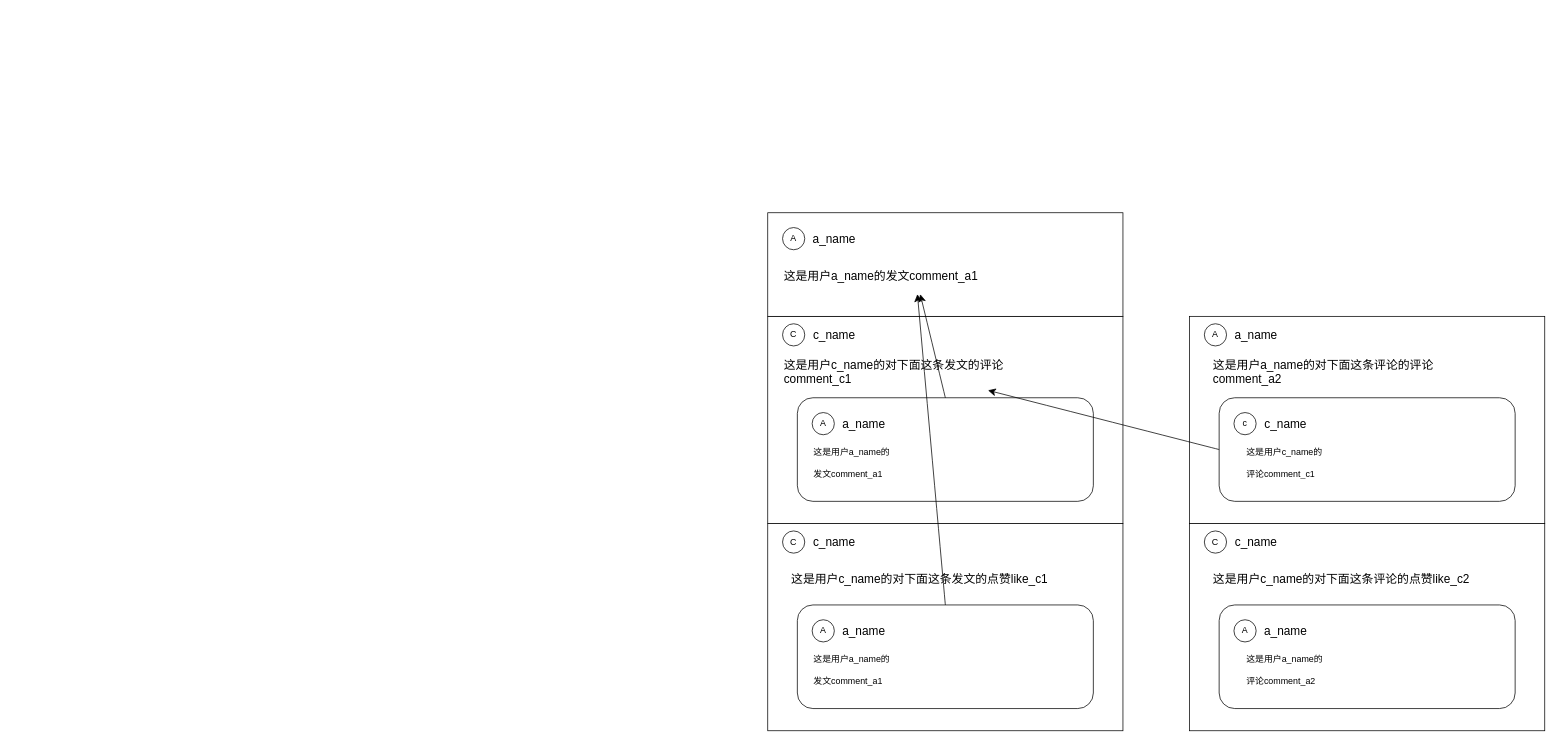
Jomeuan/unibbs keeps this draw.io diagram as page "社区页" (2 of 6) of doc/drawio/unibbs.drawio. Above is the earlier version. Source tidied: cells renumbered, new cells numbered last; positions are measured from the earlier drawing's top-left corner, leaving out a move shared by most shapes. Both pictures are drawn from the tidied source at 74%, with x=0, y=0 at pixel (767, 212).
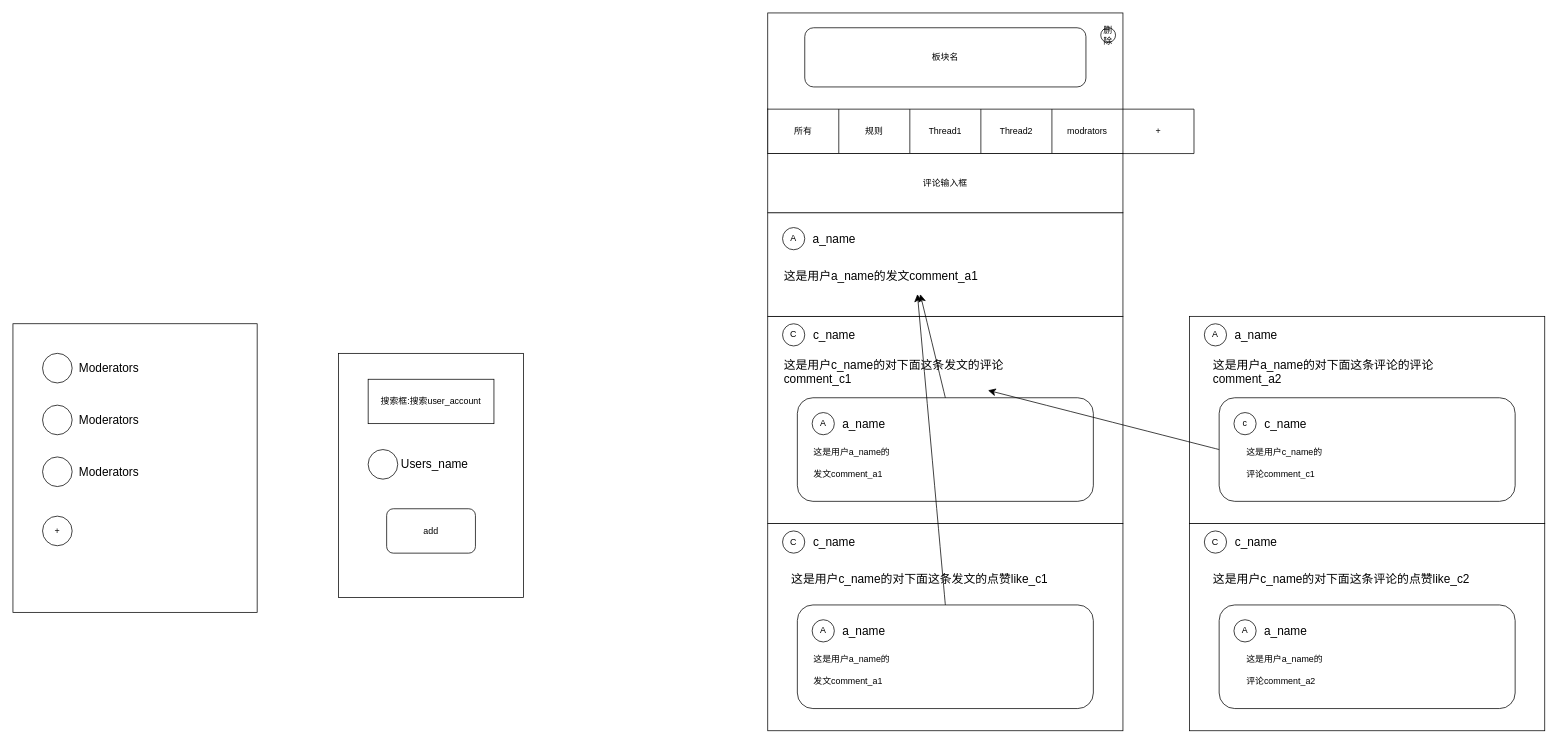
After the change.

Diff of the diagram source:
```diff
@@
+    <mxCell id="47" style="rounded=0;whiteSpace=wrap;html=1;" parent="1" vertex="1">
+      <mxGeometry y="-270" width="480" height="190" as="geometry" />
+    </mxCell>
+    <mxCell id="48" value="板块名" style="rounded=1;whiteSpace=wrap;html=1;" parent="1" vertex="1">
+      <mxGeometry x="50" y="-250" width="380" height="80" as="geometry" />
+    </mxCell>
+    <mxCell id="49" style="shape=table;startSize=0;childLayout=tableLayout;" parent="1" vertex="1">
+      <mxGeometry y="-140" width="576" height="60" as="geometry" />
+    </mxCell>
+    <mxCell id="50" style="shape=tableRow;horizontal=0;startSize=0;swimlaneHead=0;swimlaneBody=0;strokeColor=inherit;top=0;left=0;bottom=0;right=0;fillColor=none;" parent="49" vertex="1">
+      <mxGeometry width="576" height="60" as="geometry" />
+    </mxCell>
+    <mxCell id="51" value="所有" style="shape=partialRectangle;html=1;whiteSpace=wrap;strokeColor=inherit;overflow=hidden;fillColor=none;top=0;left=0;bottom=0;right=0;" parent="50" vertex="1">
+      <mxGeometry width="96" height="60" as="geometry" />
+    </mxCell>
+    <mxCell id="52" value="规则" style="shape=partialRectangle;html=1;whiteSpace=wrap;strokeColor=inherit;overflow=hidden;fillColor=none;top=0;left=0;bottom=0;right=0;" parent="50" vertex="1">
+      <mxGeometry x="96" width="96" height="60" as="geometry" />
+    </mxCell>
+    <mxCell id="53" value="Thread1" style="shape=partialRectangle;html=1;whiteSpace=wrap;strokeColor=inherit;overflow=hidden;fillColor=none;top=0;left=0;bottom=0;right=0;" parent="50" vertex="1">
+      <mxGeometry x="192" width="96" height="60" as="geometry" />
+    </mxCell>
+    <mxCell id="54" value="Thread2" style="shape=partialRectangle;html=1;whiteSpace=wrap;strokeColor=inherit;overflow=hidden;fillColor=none;top=0;left=0;bottom=0;right=0;" parent="50" vertex="1">
+      <mxGeometry x="288" width="96" height="60" as="geometry" />
+    </mxCell>
+    <mxCell id="55" value="modrators" style="shape=partialRectangle;html=1;whiteSpace=wrap;strokeColor=inherit;overflow=hidden;fillColor=none;top=0;left=0;bottom=0;right=0;" parent="50" vertex="1">
+      <mxGeometry x="384" width="96" height="60" as="geometry" />
+    </mxCell>
+    <mxCell id="56" value="+" style="shape=partialRectangle;html=1;whiteSpace=wrap;strokeColor=inherit;overflow=hidden;fillColor=none;top=0;left=0;bottom=0;right=0;" parent="50" vertex="1">
+      <mxGeometry x="480" width="96" height="60" as="geometry" />
+    </mxCell>
+    <mxCell id="57" style="group;" parent="1" vertex="1">
+      <mxGeometry x="-1020" y="150" width="330" height="390" as="geometry" />
+    </mxCell>
+    <mxCell id="58" style="rounded=0;whiteSpace=wrap;html=1;" parent="57" vertex="1">
+      <mxGeometry width="330" height="390" as="geometry" />
+    </mxCell>
+    <mxCell id="59" style="group;" parent="57" vertex="1">
+      <mxGeometry x="40" y="40" width="120" height="40" as="geometry" />
+    </mxCell>
+    <mxCell id="60" style="ellipse;whiteSpace=wrap;html=1;" parent="59" vertex="1">
+      <mxGeometry width="40" height="40" as="geometry" />
+    </mxCell>
+    <mxCell id="61" value="Moderators" style="text;html=1;align=center;verticalAlign=middle;whiteSpace=wrap;rounded=0;fontSize=16;" parent="59" vertex="1">
+      <mxGeometry x="60" y="5" width="60" height="30" as="geometry" />
+    </mxCell>
+    <mxCell id="62" style="group;" parent="57" vertex="1">
+      <mxGeometry x="40" y="110" width="120" height="40" as="geometry" />
+    </mxCell>
+    <mxCell id="63" style="ellipse;whiteSpace=wrap;html=1;" parent="62" vertex="1">
+      <mxGeometry width="40" height="40" as="geometry" />
+    </mxCell>
+    <mxCell id="64" value="Moderators" style="text;html=1;align=center;verticalAlign=middle;whiteSpace=wrap;rounded=0;fontSize=16;" parent="62" vertex="1">
+      <mxGeometry x="60" y="5" width="60" height="30" as="geometry" />
+    </mxCell>
+    <mxCell id="65" style="group;" parent="57" vertex="1">
+      <mxGeometry x="40" y="180" width="120" height="40" as="geometry" />
+    </mxCell>
+    <mxCell id="66" style="ellipse;whiteSpace=wrap;html=1;" parent="65" vertex="1">
+      <mxGeometry width="40" height="40" as="geometry" />
+    </mxCell>
+    <mxCell id="67" value="Moderators" style="text;html=1;align=center;verticalAlign=middle;whiteSpace=wrap;rounded=0;fontSize=16;" parent="65" vertex="1">
+      <mxGeometry x="60" y="5" width="60" height="30" as="geometry" />
+    </mxCell>
+    <mxCell id="68" value="+" style="ellipse;whiteSpace=wrap;html=1;" parent="57" vertex="1">
+      <mxGeometry x="40" y="260" width="40" height="40" as="geometry" />
+    </mxCell>
+    <mxCell id="69" style="group;" parent="1" vertex="1">
+      <mxGeometry x="-580" y="190" width="250" height="330" as="geometry" />
+    </mxCell>
+    <mxCell id="70" style="rounded=0;whiteSpace=wrap;html=1;" parent="69" vertex="1">
+      <mxGeometry width="250" height="330" as="geometry" />
+    </mxCell>
+    <mxCell id="71" value="搜索框:搜索user_account" style="rounded=0;whiteSpace=wrap;html=1;" parent="69" vertex="1">
+      <mxGeometry x="40" y="35" width="170" height="60" as="geometry" />
+    </mxCell>
+    <mxCell id="72" style="group;" parent="69" vertex="1">
+      <mxGeometry x="40" y="130" width="120" height="40" as="geometry" />
+    </mxCell>
+    <mxCell id="73" style="ellipse;whiteSpace=wrap;html=1;" parent="72" vertex="1">
+      <mxGeometry width="40" height="40" as="geometry" />
+    </mxCell>
+    <mxCell id="74" value="Users_name" style="text;html=1;align=center;verticalAlign=middle;whiteSpace=wrap;rounded=0;fontSize=16;" parent="72" vertex="1">
+      <mxGeometry x="60" y="5" width="60" height="30" as="geometry" />
+    </mxCell>
+    <mxCell id="75" value="add" style="rounded=1;whiteSpace=wrap;html=1;" parent="69" vertex="1">
+      <mxGeometry x="65" y="210" width="120" height="60" as="geometry" />
+    </mxCell>
+    <mxCell id="76" value="评论输入框" style="rounded=0;whiteSpace=wrap;html=1;" parent="1" vertex="1">
+      <mxGeometry y="-80" width="480" height="80" as="geometry" />
+    </mxCell>
+    <mxCell id="77" value="删除" style="ellipse;whiteSpace=wrap;html=1;" parent="1" vertex="1">
+      <mxGeometry x="450" y="-250" width="20" height="20" as="geometry" />
+    </mxCell>
```
